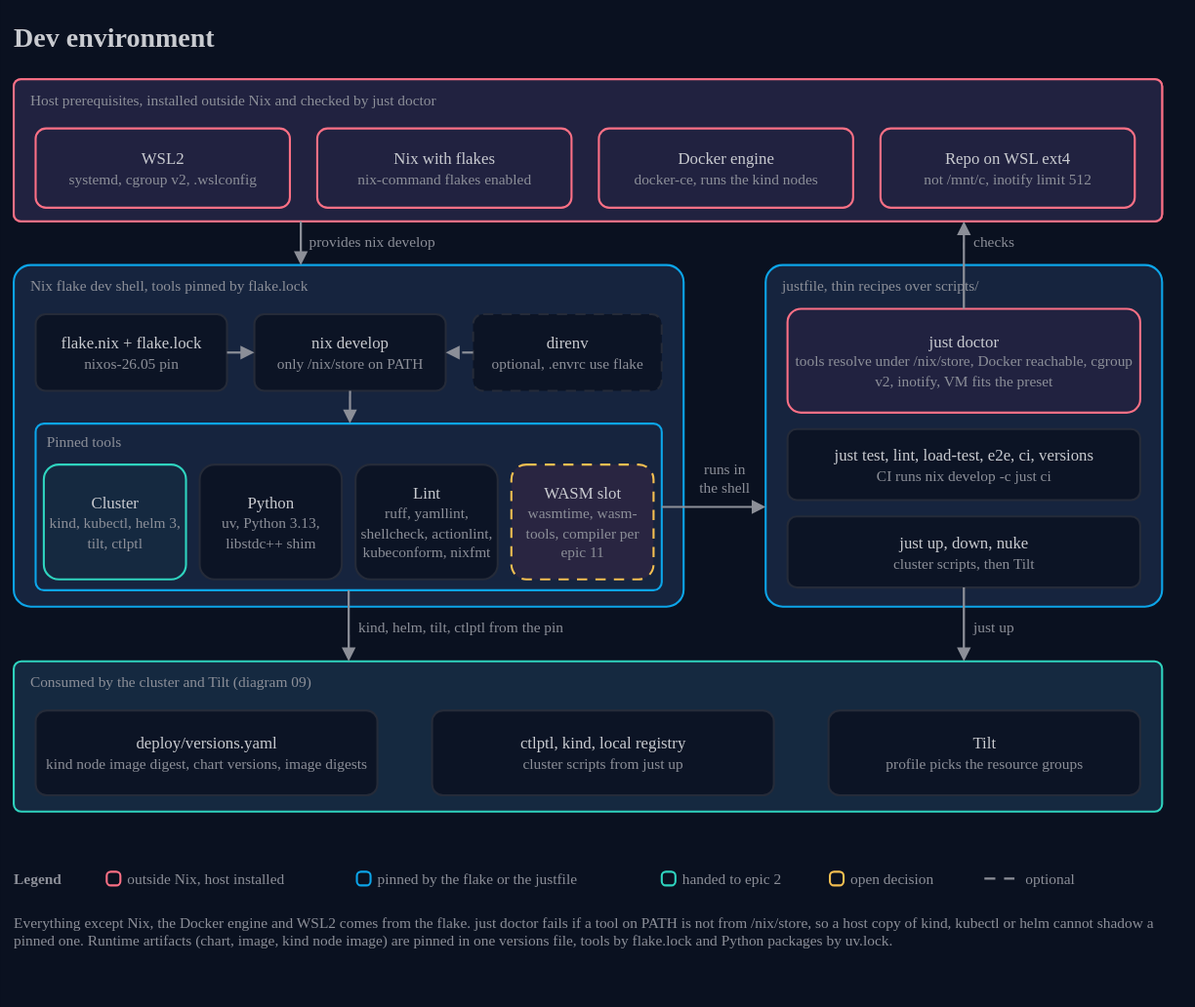
Earlier version of the draw.io export docs/architecture/08-dev-environment.drawio.svg (AndoNorth/wasm-dag-forge). Source tidied: cells renumbered, new cells last; positions are measured from the earlier drawing's top-left corner, leaving out a move shared by most shapes.
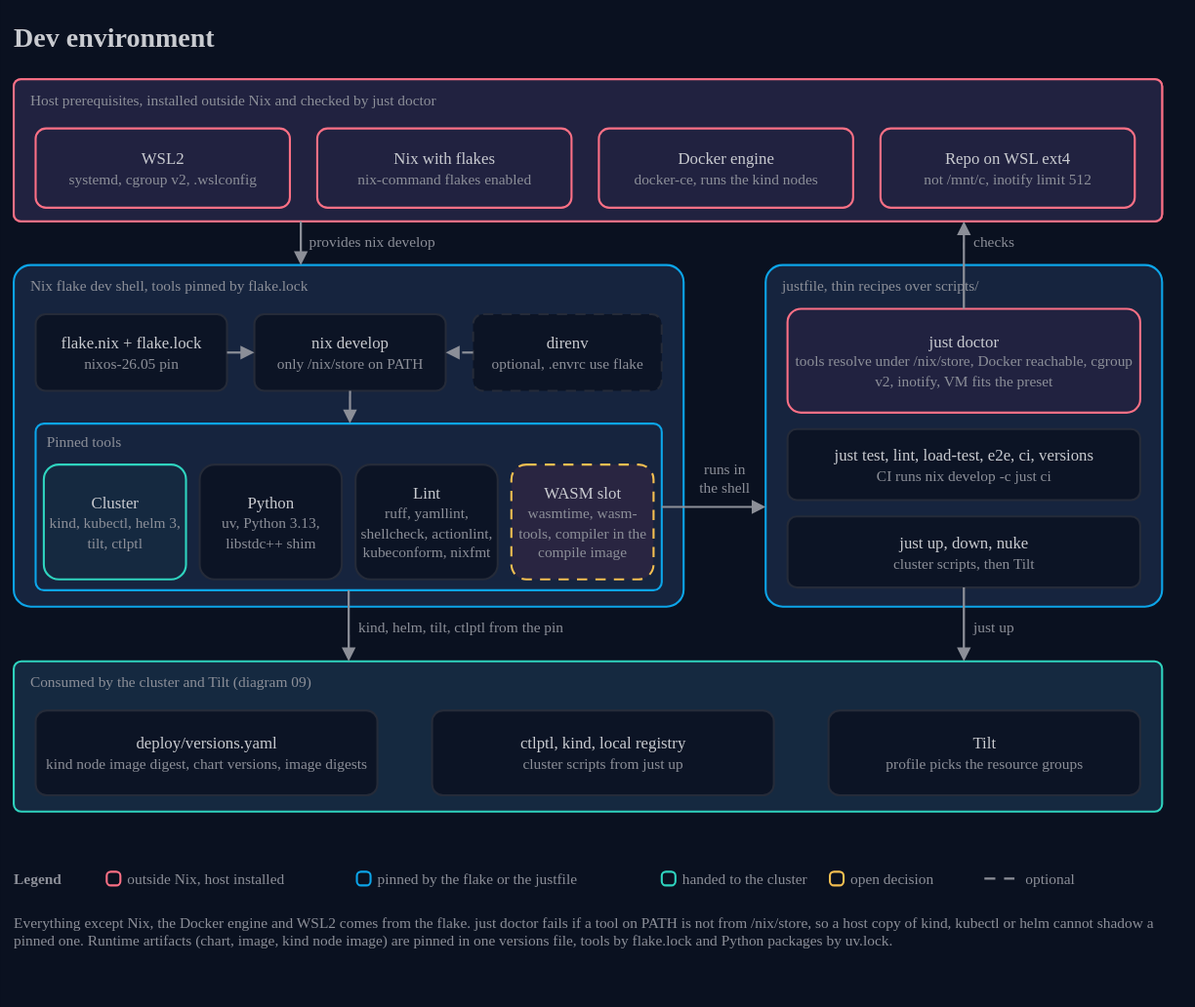
The same file after the commit.

The edit, as a diff of the source:
```diff
@@ -56,7 +56,7 @@
     <mxCell id="19" value="Lint&lt;br&gt;&lt;font color=&quot;#8c8f98&quot; style=&quot;font-size:11px&quot;&gt;ruff, yamllint, shellcheck, actionlint, kubeconform, nixfmt&lt;/font&gt;" style="rounded=1;arcSize=13;html=1;whiteSpace=wrap;fillColor=#0c1425;strokeColor=#252b39;strokeWidth=1.5;fontColor=#c9cbd0;fontSize=12;fontFamily=IBM Plex Sans;" parent="1" vertex="1">
       <mxGeometry x="250" y="330" width="104" height="84" as="geometry" />
     </mxCell>
-    <mxCell id="20" value="WASM slot&lt;br&gt;&lt;font color=&quot;#8c8f98&quot; style=&quot;font-size:11px&quot;&gt;wasmtime, wasm-tools, compiler per epic 11&lt;/font&gt;" style="rounded=1;arcSize=13;html=1;whiteSpace=wrap;fillColor=#292541;strokeColor=#f4bf51;strokeWidth=1.5;fontColor=#c9cbd0;fontSize=12;fontFamily=IBM Plex Sans;dashed=1;dashPattern=5 4;" parent="1" vertex="1">
+    <mxCell id="20" value="WASM slot&lt;br&gt;&lt;font color=&quot;#8c8f98&quot; style=&quot;font-size:11px&quot;&gt;wasmtime, wasm-tools, compiler in the compile image&lt;/font&gt;" style="rounded=1;arcSize=13;html=1;whiteSpace=wrap;fillColor=#292541;strokeColor=#f4bf51;strokeWidth=1.5;fontColor=#c9cbd0;fontSize=12;fontFamily=IBM Plex Sans;dashed=1;dashPattern=5 4;" parent="1" vertex="1">
       <mxGeometry x="364" y="330" width="104" height="84" as="geometry" />
     </mxCell>
     <mxCell id="21" style="endArrow=block;endFill=1;startArrow=none;html=1;rounded=0;strokeColor=#8c8f98;strokeWidth=1.6;exitX=0.25;exitY=1;exitDx=0;exitDy=0;entryX=0.4286;entryY=0;entryDx=0;entryDy=0;" parent="1" edge="1" source="4" target="10">
@@ -146,7 +146,7 @@
     <mxCell id="49" style="rounded=1;arcSize=30;html=1;fillColor=none;strokeColor=#2fd4bf;strokeWidth=1.5;" parent="1" vertex="1">
       <mxGeometry x="474" y="628" width="10" height="10" as="geometry" />
     </mxCell>
-    <mxCell id="50" value="handed to epic 2" style="text;html=1;strokeColor=none;fillColor=none;align=left;verticalAlign=middle;whiteSpace=nowrap;fontColor=#8c8f98;fontSize=11;fontFamily=IBM Plex Sans;spacing=0;" parent="1" vertex="1">
+    <mxCell id="50" value="handed to the cluster" style="text;html=1;strokeColor=none;fillColor=none;align=left;verticalAlign=middle;whiteSpace=nowrap;fontColor=#8c8f98;fontSize=11;fontFamily=IBM Plex Sans;spacing=0;" parent="1" vertex="1">
       <mxGeometry x="489" y="624" width="90" height="18" as="geometry" />
     </mxCell>
     <mxCell id="51" style="rounded=1;arcSize=30;html=1;fillColor=none;strokeColor=#f4bf51;strokeWidth=1.5;" parent="1" vertex="1">
```
